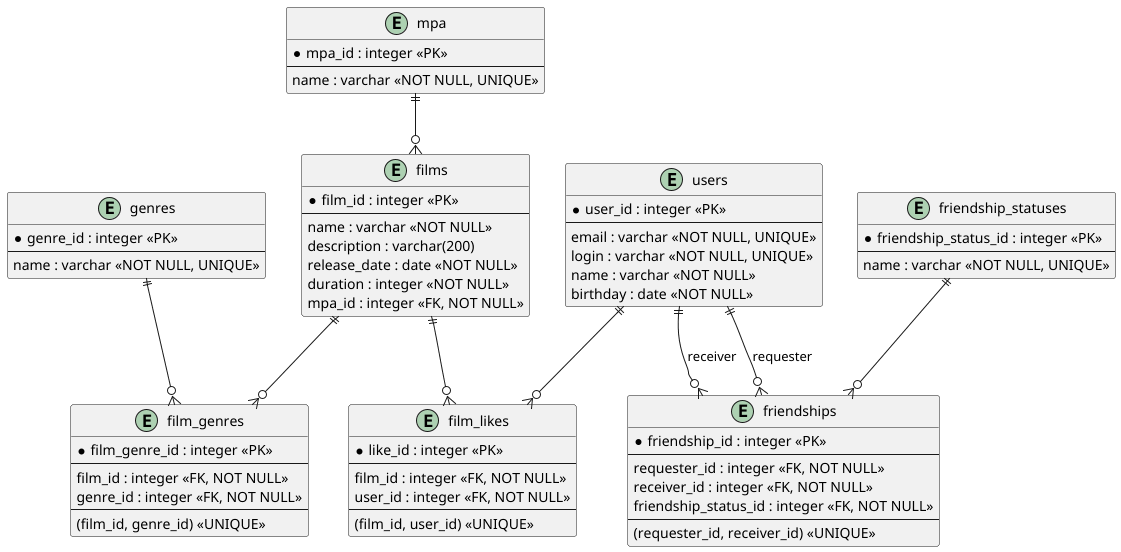
Earlier version of the PlantUML export docs/database.png (ab-sandbox/java-filmorate).
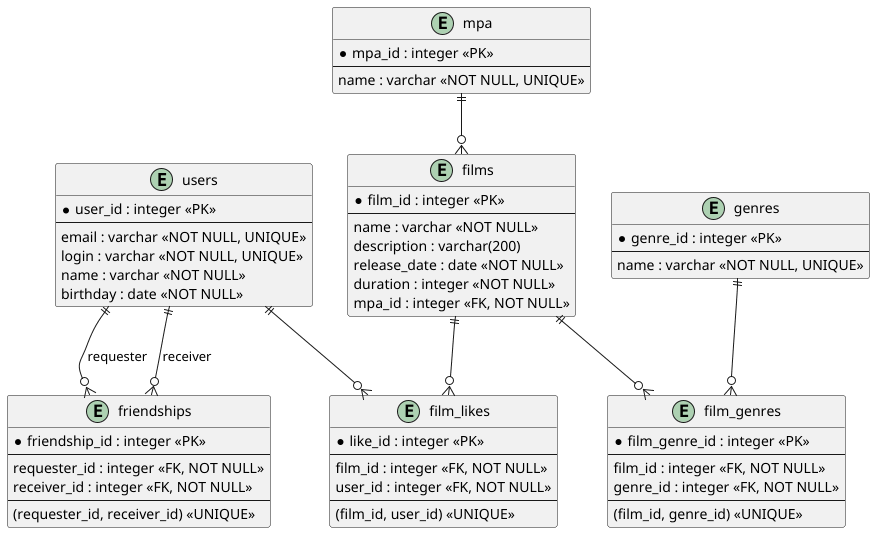
Above is the later version.

Commit message:
refactor: simplify friendship persistence

What changed in the source:
```diff
@@ -49,18 +49,11 @@
     (film_id, user_id) <<UNIQUE>>
 }
 
-entity friendship_statuses {
-    * friendship_status_id : integer <<PK>>
-    --
-    name : varchar <<NOT NULL, UNIQUE>>
-}
-
 entity friendships {
     * friendship_id : integer <<PK>>
     --
     requester_id : integer <<FK, NOT NULL>>
     receiver_id : integer <<FK, NOT NULL>>
-    friendship_status_id : integer <<FK, NOT NULL>>
     --
     (requester_id, receiver_id) <<UNIQUE>>
 }
@@ -76,6 +69,4 @@
 users ||--o{ friendships : requester
 users ||--o{ friendships : receiver
 
-friendship_statuses ||--o{ friendships
-
 @enduml
```
